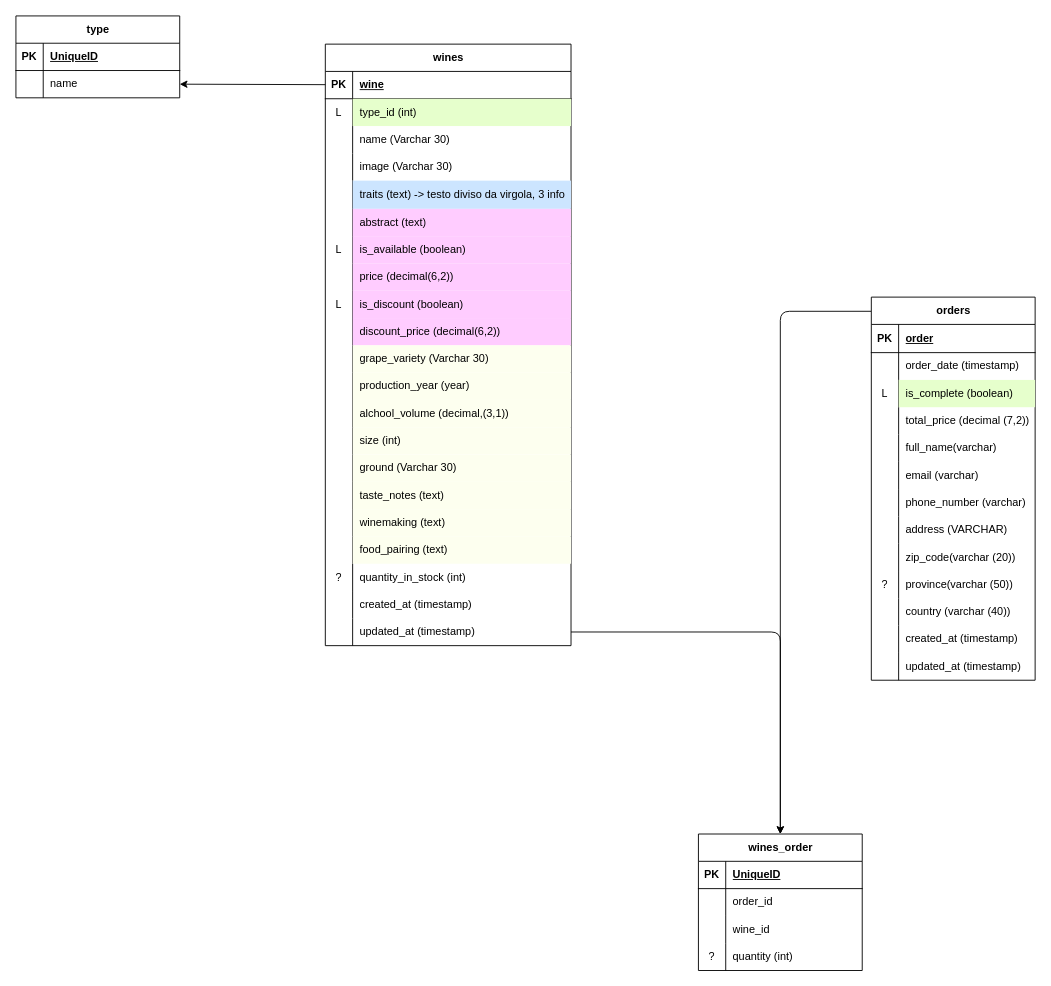
Before: boolshopdata.drawio in DanieleGattuso/BoolShop, a draw.io diagram. Source tidied: cells renumbered, new cells numbered last; positions are measured from the earlier drawing's top-left corner, leaving out a move shared by most shapes. Both pictures are drawn from the tidied source at 91%, with x=0, y=0 at pixel (15, 15).
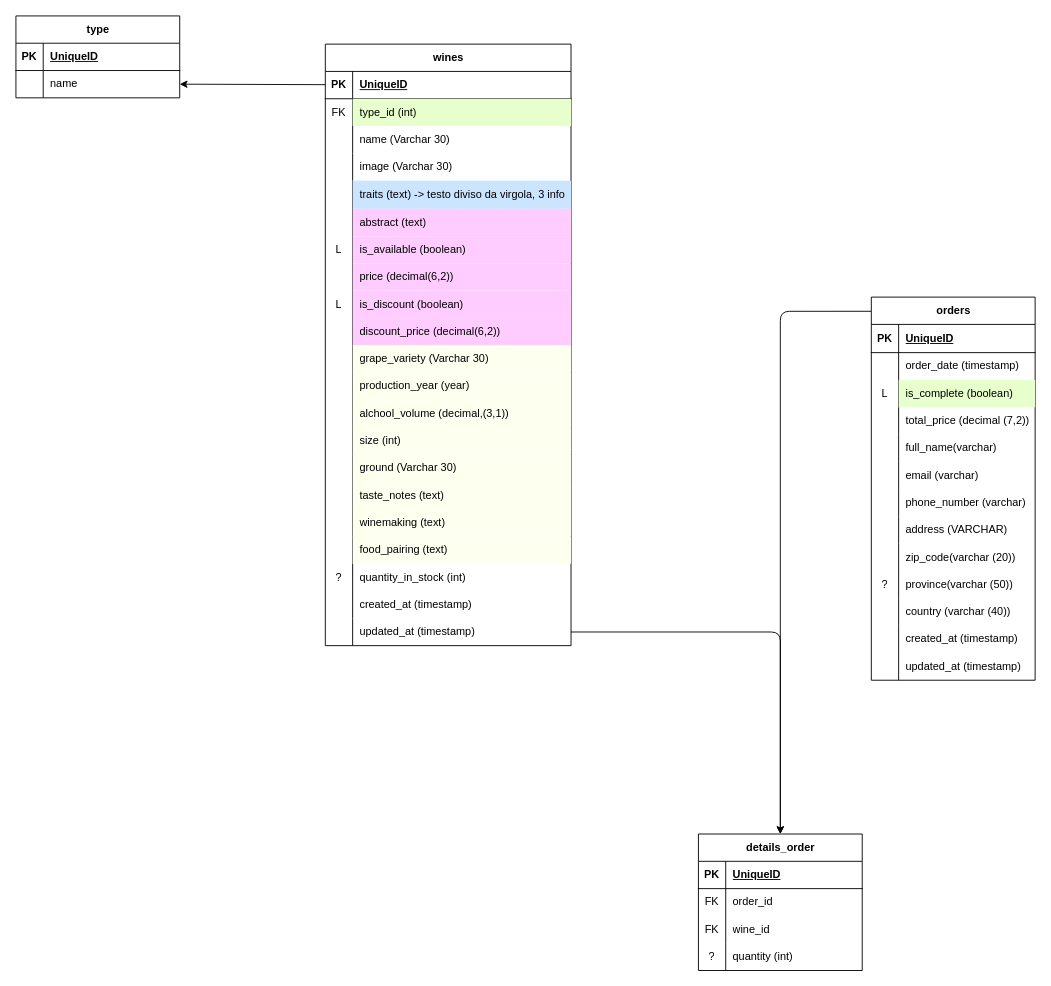
The same page after the edit.

The change refers to these unchanged cells:
```xml
<mxCell id="3" style="shape=tableRow;horizontal=0;startSize=0;swimlaneHead=0;swimlaneBody=0;fillColor=none;points=[[0,0.5],[1,0.5]];portConstraint=eastwest;top=0;left=0;right=0;bottom=1;" parent="2" vertex="1">
  <mxGeometry y="30" width="270" height="30" as="geometry" />
</mxCell>
<mxCell id="6" style="shape=tableRow;horizontal=0;startSize=0;swimlaneHead=0;swimlaneBody=0;fillColor=none;top=0;left=0;right=0;bottom=0;" parent="2" vertex="1">
  <mxGeometry y="60" width="270" height="30" as="geometry" />
</mxCell>
<mxCell id="68" style="shape=tableRow;horizontal=0;startSize=0;swimlaneHead=0;swimlaneBody=0;fillColor=none;top=0;left=0;right=0;bottom=1;" parent="67" vertex="1">
  <mxGeometry y="30" width="180" height="31" as="geometry" />
</mxCell>
<mxCell id="108" style="shape=tableRow;horizontal=0;startSize=0;swimlaneHead=0;swimlaneBody=0;fillColor=none;top=0;left=0;right=0;bottom=1;" parent="107" vertex="1">
  <mxGeometry y="30" width="180" height="30" as="geometry" />
</mxCell>
<mxCell id="111" style="shape=tableRow;horizontal=0;startSize=0;swimlaneHead=0;swimlaneBody=0;fillColor=none;top=0;left=0;right=0;bottom=0;" parent="107" vertex="1">
  <mxGeometry y="60" width="180" height="30" as="geometry" />
</mxCell>
<mxCell id="114" style="shape=tableRow;horizontal=0;startSize=0;swimlaneHead=0;swimlaneBody=0;fillColor=none;top=0;left=0;right=0;bottom=0;" parent="107" vertex="1">
  <mxGeometry y="90" width="180" height="30" as="geometry" />
</mxCell>
```

The edit, as a diff of the source:
```diff
@@
-    <mxCell id="5" value="wine" style="shape=partialRectangle;fillColor=none;top=0;left=0;bottom=0;right=0;align=left;spacingLeft=6;fontStyle=5;overflow=hidden;whiteSpace=wrap;html=1;" parent="3" vertex="1">
+    <mxCell id="5" value="&lt;span style=&quot;color: rgb(0, 0, 0);&quot;&gt;UniqueID&lt;/span&gt;" style="shape=partialRectangle;fillColor=none;top=0;left=0;bottom=0;right=0;align=left;spacingLeft=6;fontStyle=5;overflow=hidden;whiteSpace=wrap;html=1;" parent="3" vertex="1">
       <mxGeometry x="30" width="240" height="30" as="geometry" />
     </mxCell>
@@
-    <mxCell id="7" value="L" style="shape=partialRectangle;fillColor=none;top=0;left=0;bottom=0;right=0;overflow=hidden;whiteSpace=wrap;html=1;" parent="6" vertex="1">
+    <mxCell id="7" value="FK" style="shape=partialRectangle;fillColor=none;top=0;left=0;bottom=0;right=0;overflow=hidden;whiteSpace=wrap;html=1;" parent="6" vertex="1">
       <mxGeometry width="30" height="30" as="geometry" />
     </mxCell>
@@
-    <mxCell id="70" value="order" style="shape=partialRectangle;fillColor=none;top=0;left=0;bottom=0;right=0;align=left;spacingLeft=6;fontStyle=5;overflow=hidden;whiteSpace=wrap;html=1;" parent="68" vertex="1">
+    <mxCell id="70" value="&lt;span style=&quot;color: rgb(0, 0, 0);&quot;&gt;UniqueID&lt;/span&gt;" style="shape=partialRectangle;fillColor=none;top=0;left=0;bottom=0;right=0;align=left;spacingLeft=6;fontStyle=5;overflow=hidden;whiteSpace=wrap;html=1;" parent="68" vertex="1">
       <mxGeometry x="30" width="150" height="31" as="geometry" />
     </mxCell>
@@
-    <mxCell id="107" value="wines_order" style="shape=table;startSize=30;childLayout=tableLayout;rowLines=0;fontStyle=1;align=center;html=1;" parent="1" vertex="1">
+    <mxCell id="107" value="details_order" style="shape=table;startSize=30;childLayout=tableLayout;rowLines=0;fontStyle=1;align=center;html=1;" parent="1" vertex="1">
       <mxGeometry x="750" y="899" width="180" height="150" as="geometry" />
     </mxCell>
@@
-    <mxCell id="110" value="UniqueID" style="shape=partialRectangle;fillColor=none;top=0;left=0;bottom=0;right=0;align=left;spacingLeft=6;fontStyle=5;overflow=hidden;whiteSpace=wrap;html=1;" parent="108" vertex="1">
+    <mxCell id="110" value="&lt;span style=&quot;color: rgb(0, 0, 0);&quot;&gt;UniqueID&lt;/span&gt;" style="shape=partialRectangle;fillColor=none;top=0;left=0;bottom=0;right=0;align=left;spacingLeft=6;fontStyle=5;overflow=hidden;whiteSpace=wrap;html=1;" parent="108" vertex="1">
       <mxGeometry x="30" width="150" height="30" as="geometry" />
     </mxCell>
@@
-    <mxCell id="112" style="shape=partialRectangle;fillColor=none;top=0;left=0;bottom=0;right=0;overflow=hidden;whiteSpace=wrap;html=1;" parent="111" vertex="1">
+    <mxCell id="112" value="FK" style="shape=partialRectangle;fillColor=none;top=0;left=0;bottom=0;right=0;overflow=hidden;whiteSpace=wrap;html=1;" parent="111" vertex="1">
       <mxGeometry width="30" height="30" as="geometry" />
     </mxCell>
@@
-    <mxCell id="115" style="shape=partialRectangle;fillColor=none;top=0;left=0;bottom=0;right=0;overflow=hidden;whiteSpace=wrap;html=1;" parent="114" vertex="1">
+    <mxCell id="115" value="FK" style="shape=partialRectangle;fillColor=none;top=0;left=0;bottom=0;right=0;overflow=hidden;whiteSpace=wrap;html=1;" parent="114" vertex="1">
       <mxGeometry width="30" height="30" as="geometry" />
     </mxCell>
```
